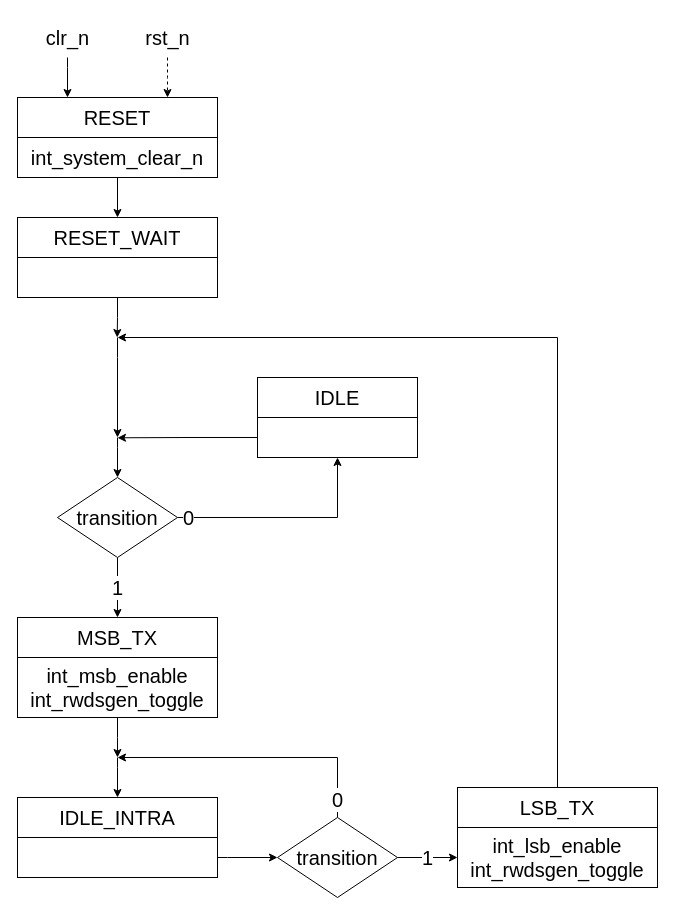
Before: page "DDR_to_SDR_converter_CU" (8 of 14) of hyperram_system/ip/avs_hram_converter/schematics/avs_hram_converter.drawio in AndreaBononi/Intel_Cyclone10LP_systems, a draw.io diagram. Source tidied: cells renumbered, new cells numbered last; positions are measured from the earlier drawing's top-left corner, leaving out a move shared by most shapes. Both pictures are drawn from the tidied source at 100%, with x=0, y=0 at pixel (17, 17).
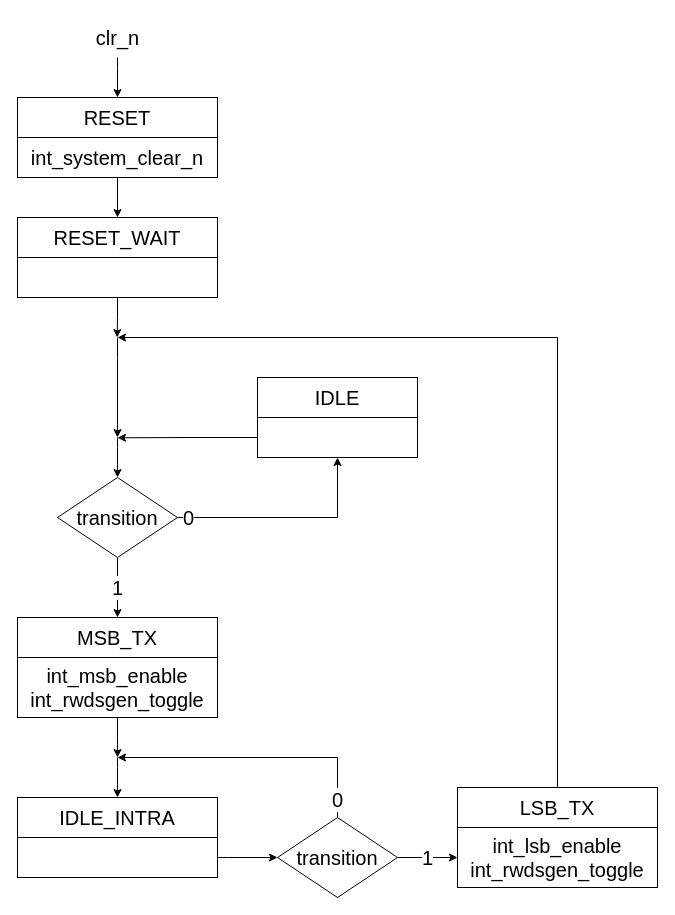
The same diagram, later.

Unchanged cells that the change refers to:
```xml
<mxCell id="5" value="&lt;font style=&quot;font-size: 20px;&quot;&gt;RESET&lt;/font&gt;" style="rounded=0;whiteSpace=wrap;html=1;" parent="1" vertex="1">
  <mxGeometry y="80" width="200" height="40" as="geometry" />
</mxCell>
```

Diff of the diagram source:
```diff
@@
-    <mxCell id="2" style="edgeStyle=orthogonalEdgeStyle;rounded=0;jettySize=auto;html=1;entryX=0.75;entryY=0;entryDx=0;entryDy=0;dashed=1;" parent="1" edge="1" target="5">
-      <mxGeometry relative="1" as="geometry">
-        <mxPoint x="150" y="40" as="sourcePoint" />
-        <Array as="points">
-          <mxPoint x="150" y="60" />
-          <mxPoint x="150" y="60" />
-        </Array>
-      </mxGeometry>
-    </mxCell>
@@
-    <mxCell id="4" style="edgeStyle=orthogonalEdgeStyle;rounded=0;jettySize=auto;html=1;exitX=0.25;exitY=0;exitDx=0;exitDy=0;entryX=0.25;entryY=0;entryDx=0;entryDy=0;" parent="1" edge="1" target="5">
+    <mxCell id="4" style="edgeStyle=orthogonalEdgeStyle;rounded=0;orthogonalLoop=1;jettySize=auto;html=1;exitX=0.25;exitY=0;exitDx=0;exitDy=0;entryX=0.25;entryY=0;entryDx=0;entryDy=0;" parent="1" edge="1">
       <mxGeometry relative="1" as="geometry">
-        <mxPoint x="50" y="40" as="sourcePoint" />
+        <mxPoint x="100" y="40" as="sourcePoint" />
+        <mxPoint x="100" y="80" as="targetPoint" />
         <Array as="points">
-          <mxPoint x="50" y="50" />
-          <mxPoint x="50" y="50" />
+          <mxPoint x="100" y="50" />
+          <mxPoint x="100" y="50" />
         </Array>
       </mxGeometry>
     </mxCell>
@@
-    <mxCell id="13" value="&lt;font style=&quot;font-size: 20px;&quot;&gt;rst_n&lt;/font&gt;" style="text;html=1;align=center;verticalAlign=middle;strokeColor=none;fillColor=none;" parent="1" vertex="1">
-      <mxGeometry x="115" width="70" height="40" as="geometry" />
-    </mxCell>
@@
     <mxCell id="31" value="&lt;font style=&quot;font-size: 20px;&quot;&gt;clr_n&lt;/font&gt;" style="text;html=1;align=center;verticalAlign=middle;strokeColor=none;fillColor=none;" parent="1" vertex="1">
-      <mxGeometry x="15" width="70" height="40" as="geometry" />
+      <mxGeometry x="65" width="70" height="40" as="geometry" />
     </mxCell>
```
